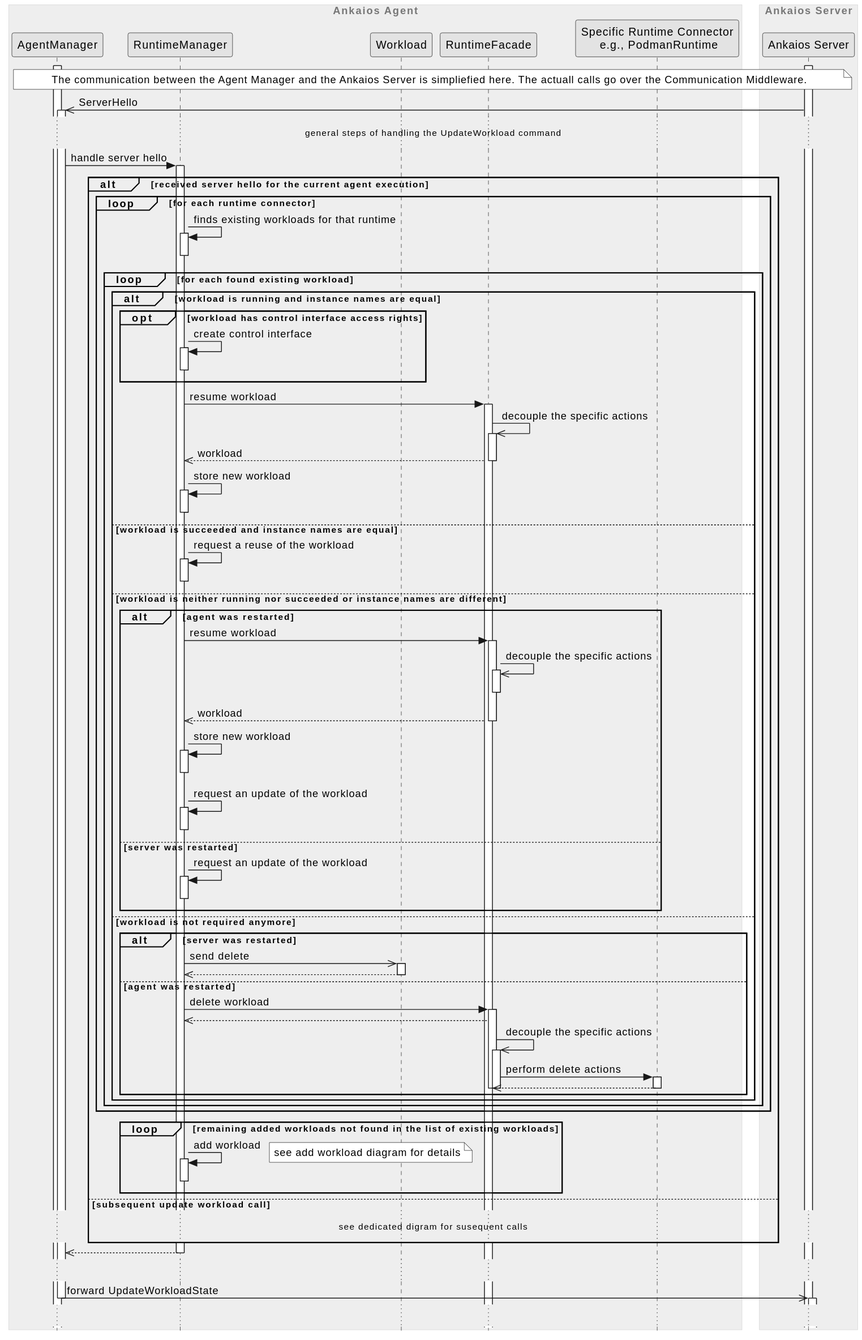
eclipse-ankaios/ankaios keeps this PlantUML diagram as agent/doc/swdesign/plantuml/seq_update_workload_initial.svg. Above is the earlier version. Its diagram source:
```plantuml
@startuml
!include ../../../../resources/doc/plantuml/clean.skin

box "Ankaios Agent"
    participant "AgentManager" as manager

    participant "RuntimeManager" as runtime_manager
    participant "Workload" as workload
    participant "RuntimeFacade" as wl_facade

    participant "Specific Runtime Connector\n e.g., PodmanRuntime" as runtime

end box

box "Ankaios Server"
    participant "Ankaios Server" as server
end box

activate manager
activate server

note over manager, server
The communication between the Agent Manager and the Ankaios Server is simpliefied here. The actuall calls go over the Communication Middleware.
end note

manager <<- server ++: ServerHello

... general steps of handling the UpdateWorkload command ...

manager -> runtime_manager ++: handle server hello

alt received server hello for the current agent execution

loop for each runtime connector
    runtime_manager -> runtime_manager ++--: finds existing workloads for that runtime

    loop for each found existing workload
        alt workload is running and instance names are equal
            opt workload has control interface access rights
                runtime_manager -> runtime_manager++--: create control interface
            end
            runtime_manager -> wl_facade++: resume workload
            wl_facade ->> wl_facade ++: decouple the specific actions
            wl_facade -->> runtime_manager--: workload
            runtime_manager -> runtime_manager++--: store new workload

        else workload is succeeded and instance names are equal
            runtime_manager -> runtime_manager++--: request a reuse of the workload
        else workload is neither running nor succeeded or instance names are different
            alt agent was restarted
                runtime_manager -> wl_facade++: resume workload
                wl_facade ->> wl_facade ++--: decouple the specific actions
                wl_facade -->> runtime_manager--: workload
                runtime_manager -> runtime_manager++--: store new workload
                runtime_manager -> runtime_manager++--: request an update of the workload
            else server was restarted
                runtime_manager -> runtime_manager++--: request an update of the workload
            end
        else workload is not required anymore
            alt server was restarted
                runtime_manager ->> workload++: send delete
                workload -->> runtime_manager--
            else agent was restarted
                runtime_manager -> wl_facade++: delete workload
                wl_facade -->> runtime_manager
                wl_facade ->> wl_facade ++: decouple the specific actions
                wl_facade -> runtime++: perform delete actions
                runtime -->> wl_facade--
                deactivate wl_facade
                deactivate wl_facade
            end
        end
    end
end

loop remaining added workloads not found in the list of existing workloads
        runtime_manager -> runtime_manager ++--: add workload
        note right: see add workload diagram for details
end


else subsequent update workload call
... see dedicated digram for susequent calls ...
end

runtime_manager -->> manager --

...

manager ->> server --++: forward UpdateWorkloadState

...
@enduml
```
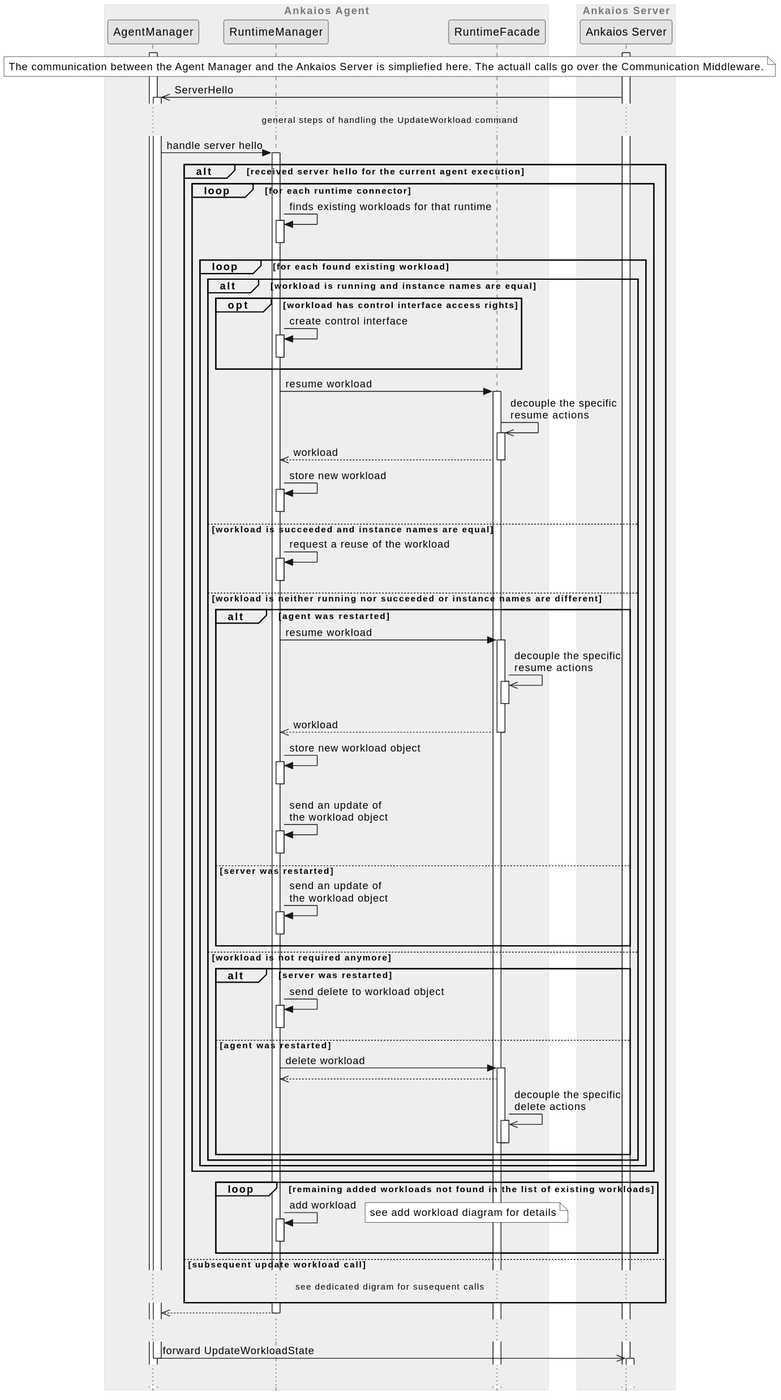
Later version of the same file.

Commit message:
Improve update workload initial diagram

What changed in the source:
```diff
@@ -3,13 +3,8 @@
 
 box "Ankaios Agent"
     participant "AgentManager" as manager
-
     participant "RuntimeManager" as runtime_manager
-    participant "Workload" as workload
     participant "RuntimeFacade" as wl_facade
-
-    participant "Specific Runtime Connector\n e.g., PodmanRuntime" as runtime
-
 end box
 
 box "Ankaios Server"
@@ -40,7 +35,7 @@
                 runtime_manager -> runtime_manager++--: create control interface
             end
             runtime_manager -> wl_facade++: resume workload
-            wl_facade ->> wl_facade ++: decouple the specific actions
+            wl_facade ->> wl_facade ++: decouple the specific\nresume actions
             wl_facade -->> runtime_manager--: workload
             runtime_manager -> runtime_manager++--: store new workload
 
@@ -49,23 +44,20 @@
         else workload is neither running nor succeeded or instance names are different
             alt agent was restarted
                 runtime_manager -> wl_facade++: resume workload
-                wl_facade ->> wl_facade ++--: decouple the specific actions
+                wl_facade ->> wl_facade ++--: decouple the specific\nresume actions
                 wl_facade -->> runtime_manager--: workload
-                runtime_manager -> runtime_manager++--: store new workload
-                runtime_manager -> runtime_manager++--: request an update of the workload
+                runtime_manager -> runtime_manager++--: store new workload object
+                runtime_manager -> runtime_manager++--: send an update of\nthe workload object
             else server was restarted
-                runtime_manager -> runtime_manager++--: request an update of the workload
+                runtime_manager -> runtime_manager++--: send an update of\nthe workload object
             end
         else workload is not required anymore
             alt server was restarted
-                runtime_manager ->> workload++: send delete
-                workload -->> runtime_manager--
+                runtime_manager -> runtime_manager++--: send delete to workload object
             else agent was restarted
                 runtime_manager -> wl_facade++: delete workload
                 wl_facade -->> runtime_manager
-                wl_facade ->> wl_facade ++: decouple the specific actions
-                wl_facade -> runtime++: perform delete actions
-                runtime -->> wl_facade--
+                wl_facade ->> wl_facade ++: decouple the specific\ndelete actions
                 deactivate wl_facade
                 deactivate wl_facade
             end
```
